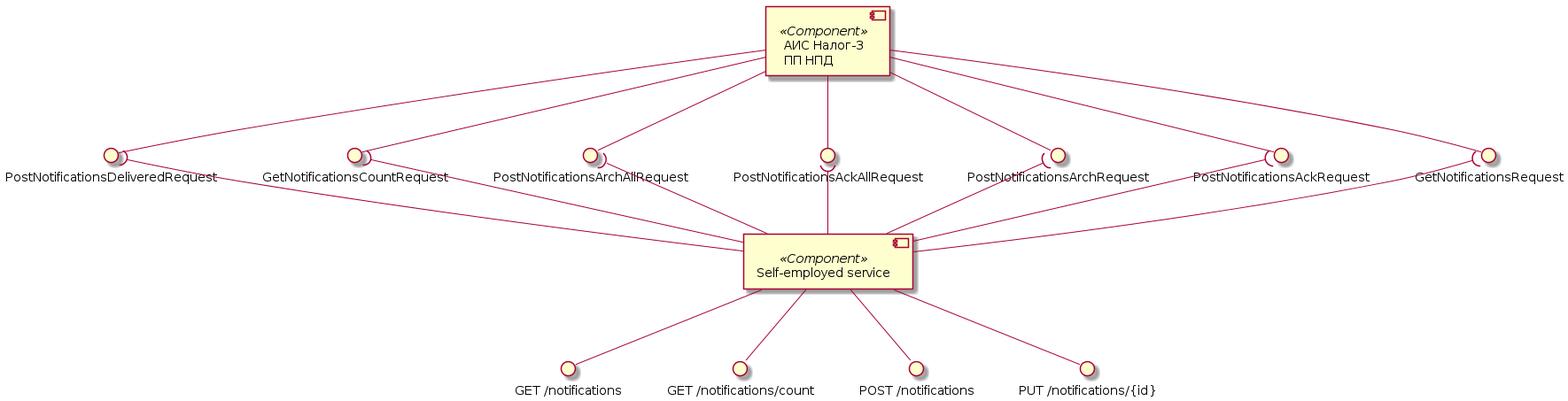
This is assets/diagrams/self-employed-service/components/notifications.png from RaikBitters/ibank-internal-services, a PlantUML export, as it was before one commit. Its diagram source:
```plantuml
@startuml notifications

component "АИС Налог-3\nПП НПД" as Tax3 <<Component>>
interface "GetNotificationsRequest" as GetNotifications
interface "PostNotificationsAckRequest" as PostNotificationsAck
interface "PostNotificationsArchRequest" as PostNotificationsArch
interface "PostNotificationsAckAllRequest" as PostNotificationsAckAll
interface "PostNotificationsArchAllRequest" as PostNotificationsArchAllRequest
interface "GetNotificationsCountRequest" as GetNotificationsCount
interface "PostNotificationsDeliveredRequest" as PostNotificationsDeliveredRequest

Tax3 --() GetNotifications
Tax3 --() PostNotificationsAck
Tax3 --() PostNotificationsArch
Tax3 --() PostNotificationsAckAll
Tax3 --() PostNotificationsArchAllRequest
Tax3 --() GetNotificationsCount
Tax3 --() PostNotificationsDeliveredRequest

component "Self-employed service" as SelfEmplService <<Component>>
interface "GET /notifications" as getNotifications
interface "GET /notifications/count" as getNotificationsCount
interface "POST /notifications" as postNotifications
interface "PUT /notifications/{id}" as putNotificationId

SelfEmplService --() getNotifications
SelfEmplService --() getNotificationsCount
SelfEmplService --() postNotifications
SelfEmplService --() putNotificationId

SelfEmplService -up-( GetNotifications
SelfEmplService -up-( PostNotificationsAck
SelfEmplService -up-( PostNotificationsArch
SelfEmplService -up-( PostNotificationsAckAll
SelfEmplService -up-( PostNotificationsArchAllRequest
SelfEmplService -up-( GetNotificationsCount
SelfEmplService -up-( PostNotificationsDeliveredRequest

@enduml
```
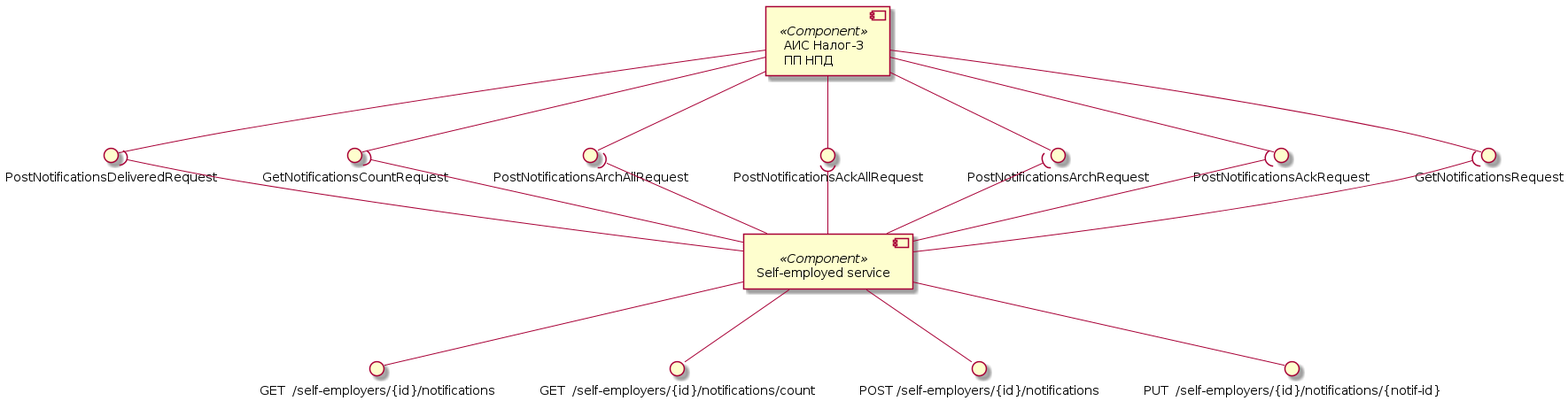
After the change.

The edit, as a diff of the source:
```diff
@@ -18,10 +18,10 @@
 Tax3 --() PostNotificationsDeliveredRequest
 
 component "Self-employed service" as SelfEmplService <<Component>>
-interface "GET /notifications" as getNotifications
-interface "GET /notifications/count" as getNotificationsCount
-interface "POST /notifications" as postNotifications
-interface "PUT /notifications/{id}" as putNotificationId
+interface "GET  /self-employers/{id}/notifications" as getNotifications
+interface "GET  /self-employers/{id}/notifications/count" as getNotificationsCount
+interface "POST /self-employers/{id}/notifications" as postNotifications
+interface "PUT  /self-employers/{id}/notifications/{notif-id}" as putNotificationId
 
 SelfEmplService --() getNotifications
 SelfEmplService --() getNotificationsCount
```
